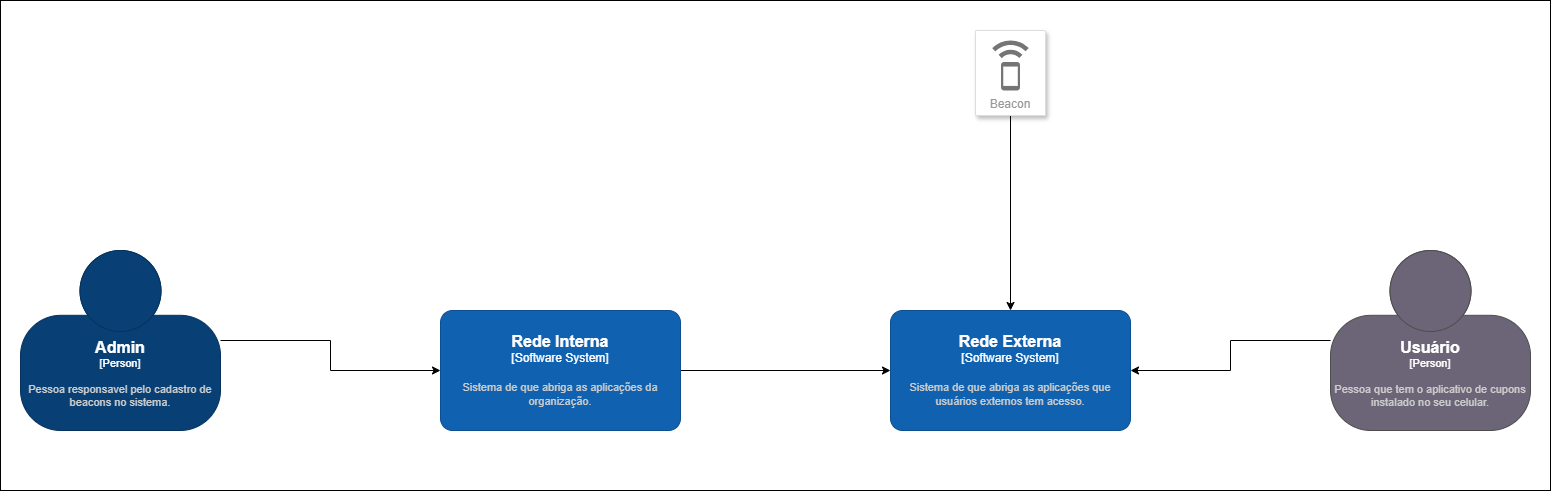
This is arquitetura-contexto.png from dickson-souza-projects/arq-soft-distrib-puc-minas-2025-java, a draw.io export, as it was before one commit. Source tidied: cells renumbered, new cells last; positions are measured from the earlier drawing's top-left corner, leaving out a move shared by most shapes. Its diagram source:
```xml
<mxGraphModel>
  <root>
    <mxCell id="0" />
    <mxCell id="1" parent="0" />
    <mxCell id="2" style="rounded=0;whiteSpace=wrap;html=1;" parent="1" vertex="1">
      <mxGeometry width="1550" height="490" as="geometry" />
    </mxCell>
    <mxCell id="3" style="edgeStyle=orthogonalEdgeStyle;rounded=0;jettySize=auto;html=1;" parent="1" edge="1" source="4" target="6">
      <mxGeometry relative="1" as="geometry" />
    </mxCell>
    <object id="4" label="&lt;font style=&quot;font-size: 16px&quot;&gt;&lt;b&gt;%c4Name%&lt;/b&gt;&lt;/font&gt;&lt;div&gt;[%c4Type%]&lt;/div&gt;&lt;br&gt;&lt;div&gt;&lt;font style=&quot;font-size: 11px&quot;&gt;&lt;font color=&quot;#cccccc&quot;&gt;%c4Description%&lt;/font&gt;&lt;/div&gt;" c4Description="Pessoa responsavel pelo cadastro de beacons no sistema." c4Name="Admin" c4Type="Person" placeholders="1">
      <mxCell style="html=1;fontSize=11;dashed=0;whiteSpace=wrap;fillColor=#083F75;strokeColor=#06315C;fontColor=#ffffff;shape=mxgraph.c4.person2;align=center;points=[[0.5,0,0],[1,0.5,0],[1,0.75,0],[0.75,1,0],[0.5,1,0],[0.25,1,0],[0,0.75,0],[0,0.5,0]];" parent="1" vertex="1">
        <mxGeometry x="20" y="250" width="200" height="180" as="geometry" />
      </mxCell>
    </object>
    <mxCell id="5" style="edgeStyle=orthogonalEdgeStyle;rounded=0;jettySize=auto;html=1;" parent="1" edge="1" source="6" target="7">
      <mxGeometry relative="1" as="geometry" />
    </mxCell>
    <object id="6" label="&lt;font style=&quot;font-size: 16px&quot;&gt;&lt;b&gt;%c4Name%&lt;/b&gt;&lt;/font&gt;&lt;div&gt;[%c4Type%]&lt;/div&gt;&lt;br&gt;&lt;div&gt;&lt;font style=&quot;font-size: 11px&quot;&gt;&lt;font color=&quot;#cccccc&quot;&gt;%c4Description%&lt;/font&gt;&lt;/div&gt;" c4Description="Sistema de que abriga as aplicações da organização." c4Name="Rede Interna" c4Type="Software System" placeholders="1">
      <mxCell style="rounded=1;whiteSpace=wrap;html=1;labelBackgroundColor=none;fillColor=#1061B0;fontColor=#ffffff;align=center;arcSize=10;strokeColor=#0D5091;points=[[0.25,0,0],[0.5,0,0],[0.75,0,0],[1,0.25,0],[1,0.5,0],[1,0.75,0],[0.75,1,0],[0.5,1,0],[0.25,1,0],[0,0.75,0],[0,0.5,0],[0,0.25,0]];" parent="1" vertex="1">
        <mxGeometry x="440" y="310" width="240" height="120" as="geometry" />
      </mxCell>
    </object>
    <object id="7" label="&lt;font style=&quot;font-size: 16px&quot;&gt;&lt;b&gt;%c4Name%&lt;/b&gt;&lt;/font&gt;&lt;div&gt;[%c4Type%]&lt;/div&gt;&lt;br&gt;&lt;div&gt;&lt;font style=&quot;font-size: 11px&quot;&gt;&lt;font color=&quot;#cccccc&quot;&gt;%c4Description%&lt;/font&gt;&lt;/div&gt;" c4Description="Sistema de que abriga as aplicações que usuários externos tem acesso." c4Name="Rede Externa" c4Type="Software System" placeholders="1">
      <mxCell style="rounded=1;whiteSpace=wrap;html=1;labelBackgroundColor=none;fillColor=#1061B0;fontColor=#ffffff;align=center;arcSize=10;strokeColor=#0D5091;points=[[0.25,0,0],[0.5,0,0],[0.75,0,0],[1,0.25,0],[1,0.5,0],[1,0.75,0],[0.75,1,0],[0.5,1,0],[0.25,1,0],[0,0.75,0],[0,0.5,0],[0,0.25,0]];" parent="1" vertex="1">
        <mxGeometry x="890" y="310" width="240" height="120" as="geometry" />
      </mxCell>
    </object>
    <mxCell id="8" style="edgeStyle=orthogonalEdgeStyle;rounded=0;jettySize=auto;html=1;" parent="1" edge="1" source="9" target="7">
      <mxGeometry relative="1" as="geometry" />
    </mxCell>
    <mxCell id="9" value="Beacon" style="strokeColor=#dddddd;shadow=1;strokeWidth=1;rounded=1;absoluteArcSize=1;arcSize=2;labelPosition=center;verticalLabelPosition=middle;align=center;verticalAlign=bottom;spacingLeft=0;fontColor=#999999;fontSize=12;whiteSpace=wrap;spacingBottom=2;html=1;" parent="1" vertex="1">
      <mxGeometry x="975" y="30" width="70" height="85" as="geometry" />
    </mxCell>
    <mxCell id="10" style="sketch=0;dashed=0;html=1;fillColor=#757575;strokeColor=none;shape=mxgraph.gcp2.beacon;" parent="9" vertex="1">
      <mxGeometry x="0.5" width="36.5" height="50" relative="1" as="geometry">
        <mxPoint x="-18.2" y="10" as="offset" />
      </mxGeometry>
    </mxCell>
    <mxCell id="11" style="edgeStyle=orthogonalEdgeStyle;rounded=0;jettySize=auto;html=1;" parent="1" edge="1" source="12" target="7">
      <mxGeometry relative="1" as="geometry" />
    </mxCell>
    <object id="12" label="&lt;font style=&quot;font-size: 16px&quot;&gt;&lt;b&gt;%c4Name%&lt;/b&gt;&lt;/font&gt;&lt;div&gt;[%c4Type%]&lt;/div&gt;&lt;br&gt;&lt;div&gt;&lt;font style=&quot;font-size: 11px&quot;&gt;&lt;font color=&quot;#cccccc&quot;&gt;%c4Description%&lt;/font&gt;&lt;/div&gt;" c4Description="Pessoa que tem o aplicativo de cupons instalado no seu celular." c4Name="Usuário" c4Type="Person" placeholders="1">
      <mxCell style="html=1;fontSize=11;dashed=0;whiteSpace=wrap;fillColor=#6C6477;strokeColor=#4D4D4D;fontColor=#ffffff;shape=mxgraph.c4.person2;align=center;points=[[0.5,0,0],[1,0.5,0],[1,0.75,0],[0.75,1,0],[0.5,1,0],[0.25,1,0],[0,0.75,0],[0,0.5,0]];" parent="1" vertex="1">
        <mxGeometry x="1330" y="250" width="200" height="180" as="geometry" />
      </mxCell>
    </object>
  </root>
</mxGraphModel>
```
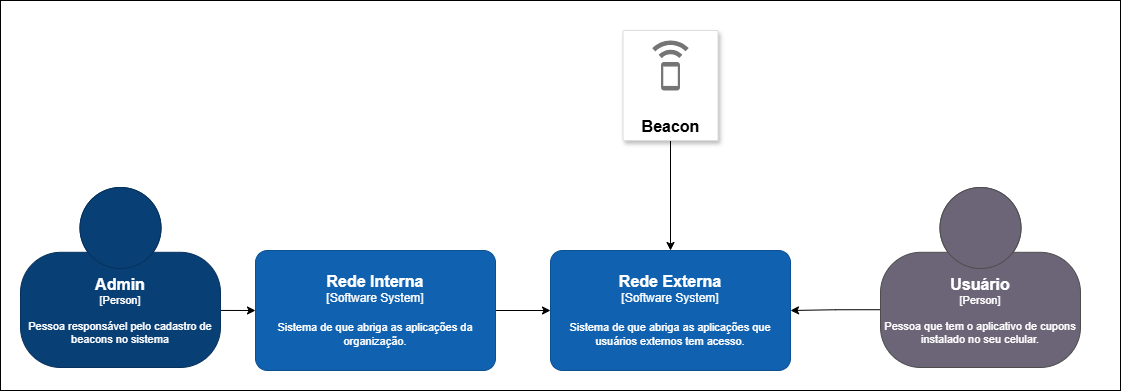
After the change.

Commit message:
Ajustes finais na cor da fonte em todos os itens e redimensionamento do layout

What changed in the source:
```diff
@@ -2,47 +2,47 @@
   <root>
     <mxCell id="0" />
     <mxCell id="1" parent="0" />
-    <mxCell id="2" style="rounded=0;whiteSpace=wrap;html=1;" parent="1" vertex="1">
-      <mxGeometry width="1550" height="490" as="geometry" />
+    <mxCell id="2" style="rounded=0;whiteSpace=wrap;html=1;fillColor=default;" parent="1" vertex="1">
+      <mxGeometry x="40" y="-100" width="1120" height="390" as="geometry" />
     </mxCell>
-    <mxCell id="3" style="edgeStyle=orthogonalEdgeStyle;rounded=0;jettySize=auto;html=1;" parent="1" edge="1" source="4" target="6">
+    <mxCell id="3" style="edgeStyle=orthogonalEdgeStyle;rounded=0;jettySize=auto;html=1;exitX=0.993;exitY=0.683;exitDx=0;exitDy=0;exitPerimeter=0;entryX=0;entryY=0.5;entryDx=0;entryDy=0;entryPerimeter=0;" parent="1" edge="1" source="4" target="6">
       <mxGeometry relative="1" as="geometry" />
     </mxCell>
-    <object id="4" label="&lt;font style=&quot;font-size: 16px&quot;&gt;&lt;b&gt;%c4Name%&lt;/b&gt;&lt;/font&gt;&lt;div&gt;[%c4Type%]&lt;/div&gt;&lt;br&gt;&lt;div&gt;&lt;font style=&quot;font-size: 11px&quot;&gt;&lt;font color=&quot;#cccccc&quot;&gt;%c4Description%&lt;/font&gt;&lt;/div&gt;" c4Description="Pessoa responsavel pelo cadastro de beacons no sistema." c4Name="Admin" c4Type="Person" placeholders="1">
-      <mxCell style="html=1;fontSize=11;dashed=0;whiteSpace=wrap;fillColor=#083F75;strokeColor=#06315C;fontColor=#ffffff;shape=mxgraph.c4.person2;align=center;points=[[0.5,0,0],[1,0.5,0],[1,0.75,0],[0.75,1,0],[0.5,1,0],[0.25,1,0],[0,0.75,0],[0,0.5,0]];" parent="1" vertex="1">
-        <mxGeometry x="20" y="250" width="200" height="180" as="geometry" />
+    <object id="4" label="&lt;font style=&quot;font-size: 16px&quot;&gt;&lt;b&gt;&lt;font color=&quot;#FFFFFF&quot;&gt;%c4Name%&lt;/font&gt;&lt;/b&gt;&lt;/font&gt;&lt;div&gt;&lt;font color=&quot;#FFFFFF&quot;&gt;[%c4Type%]&lt;/font&gt;&lt;/div&gt;&lt;br&gt;&lt;div&gt;&lt;font style=&quot;font-size: 11px&quot;&gt;&lt;font color=&quot;#FFFFFF&quot;&gt;%c4Description%&lt;/font&gt;&lt;/font&gt;&lt;/div&gt;" c4Description="Pessoa responsável pelo cadastro de beacons no sistema" c4Name="Admin" c4Type="Person" placeholders="1">
+      <mxCell style="html=1;fontSize=11;dashed=0;whiteSpace=wrap;fillColor=#083F75;strokeColor=#06315C;fontColor=#ffffff;shape=mxgraph.c4.person2;align=center;points=[[0.5,0,0],[1,0.5,0],[1,0.75,0],[0.75,1,0],[0.5,1,0],[0.25,1,0],[0,0.75,0],[0,0.5,0]];labelBackgroundColor=none;shadow=0;" parent="1" vertex="1">
+        <mxGeometry x="60" y="87" width="200" height="180" as="geometry" />
       </mxCell>
     </object>
     <mxCell id="5" style="edgeStyle=orthogonalEdgeStyle;rounded=0;jettySize=auto;html=1;" parent="1" edge="1" source="6" target="7">
       <mxGeometry relative="1" as="geometry" />
     </mxCell>
-    <object id="6" label="&lt;font style=&quot;font-size: 16px&quot;&gt;&lt;b&gt;%c4Name%&lt;/b&gt;&lt;/font&gt;&lt;div&gt;[%c4Type%]&lt;/div&gt;&lt;br&gt;&lt;div&gt;&lt;font style=&quot;font-size: 11px&quot;&gt;&lt;font color=&quot;#cccccc&quot;&gt;%c4Description%&lt;/font&gt;&lt;/div&gt;" c4Description="Sistema de que abriga as aplicações da organização." c4Name="Rede Interna" c4Type="Software System" placeholders="1">
+    <object id="6" label="&lt;font style=&quot;font-size: 16px&quot;&gt;&lt;b&gt;&lt;font color=&quot;#FFFFFF&quot;&gt;%c4Name%&lt;/font&gt;&lt;/b&gt;&lt;/font&gt;&lt;div&gt;&lt;font color=&quot;#FFFFFF&quot;&gt;[%c4Type%]&lt;/font&gt;&lt;/div&gt;&lt;br&gt;&lt;div&gt;&lt;font style=&quot;font-size: 11px&quot;&gt;&lt;font color=&quot;#FFFFFF&quot;&gt;%c4Description%&lt;/font&gt;&lt;/div&gt;" c4Description="Sistema de que abriga as aplicações da organização." c4Name="Rede Interna" c4Type="Software System" placeholders="1">
       <mxCell style="rounded=1;whiteSpace=wrap;html=1;labelBackgroundColor=none;fillColor=#1061B0;fontColor=#ffffff;align=center;arcSize=10;strokeColor=#0D5091;points=[[0.25,0,0],[0.5,0,0],[0.75,0,0],[1,0.25,0],[1,0.5,0],[1,0.75,0],[0.75,1,0],[0.5,1,0],[0.25,1,0],[0,0.75,0],[0,0.5,0],[0,0.25,0]];" parent="1" vertex="1">
-        <mxGeometry x="440" y="310" width="240" height="120" as="geometry" />
+        <mxGeometry x="295" y="150" width="240" height="120" as="geometry" />
       </mxCell>
     </object>
-    <object id="7" label="&lt;font style=&quot;font-size: 16px&quot;&gt;&lt;b&gt;%c4Name%&lt;/b&gt;&lt;/font&gt;&lt;div&gt;[%c4Type%]&lt;/div&gt;&lt;br&gt;&lt;div&gt;&lt;font style=&quot;font-size: 11px&quot;&gt;&lt;font color=&quot;#cccccc&quot;&gt;%c4Description%&lt;/font&gt;&lt;/div&gt;" c4Description="Sistema de que abriga as aplicações que usuários externos tem acesso." c4Name="Rede Externa" c4Type="Software System" placeholders="1">
+    <object id="7" label="&lt;font style=&quot;font-size: 16px&quot;&gt;&lt;b&gt;&lt;font color=&quot;#FFFFFF&quot;&gt;%c4Name%&lt;/font&gt;&lt;/b&gt;&lt;/font&gt;&lt;div&gt;&lt;font color=&quot;#FFFFFF&quot;&gt;[%c4Type%]&lt;/font&gt;&lt;/div&gt;&lt;br&gt;&lt;div&gt;&lt;font style=&quot;font-size: 11px&quot;&gt;&lt;font color=&quot;#FFFFFF&quot;&gt;%c4Description%&lt;/font&gt;&lt;/div&gt;" c4Description="Sistema de que abriga as aplicações que usuários externos tem acesso." c4Name="Rede Externa" c4Type="Software System" placeholders="1">
       <mxCell style="rounded=1;whiteSpace=wrap;html=1;labelBackgroundColor=none;fillColor=#1061B0;fontColor=#ffffff;align=center;arcSize=10;strokeColor=#0D5091;points=[[0.25,0,0],[0.5,0,0],[0.75,0,0],[1,0.25,0],[1,0.5,0],[1,0.75,0],[0.75,1,0],[0.5,1,0],[0.25,1,0],[0,0.75,0],[0,0.5,0],[0,0.25,0]];" parent="1" vertex="1">
-        <mxGeometry x="890" y="310" width="240" height="120" as="geometry" />
+        <mxGeometry x="590" y="150" width="240" height="120" as="geometry" />
       </mxCell>
     </object>
     <mxCell id="8" style="edgeStyle=orthogonalEdgeStyle;rounded=0;jettySize=auto;html=1;" parent="1" edge="1" source="9" target="7">
       <mxGeometry relative="1" as="geometry" />
     </mxCell>
-    <mxCell id="9" value="Beacon" style="strokeColor=#dddddd;shadow=1;strokeWidth=1;rounded=1;absoluteArcSize=1;arcSize=2;labelPosition=center;verticalLabelPosition=middle;align=center;verticalAlign=bottom;spacingLeft=0;fontColor=#999999;fontSize=12;whiteSpace=wrap;spacingBottom=2;html=1;" parent="1" vertex="1">
-      <mxGeometry x="975" y="30" width="70" height="85" as="geometry" />
+    <mxCell id="9" value="Beacon" style="strokeColor=#dddddd;shadow=1;strokeWidth=1;rounded=1;absoluteArcSize=1;arcSize=2;labelPosition=center;verticalLabelPosition=middle;align=center;verticalAlign=bottom;spacingLeft=0;fontColor=light-dark(#000000, #6a6a6a);fontSize=16;whiteSpace=wrap;spacingBottom=2;html=1;fontStyle=1;" parent="1" vertex="1">
+      <mxGeometry x="662.5" y="-70" width="95" height="110" as="geometry" />
     </mxCell>
     <mxCell id="10" style="sketch=0;dashed=0;html=1;fillColor=#757575;strokeColor=none;shape=mxgraph.gcp2.beacon;" parent="9" vertex="1">
       <mxGeometry x="0.5" width="36.5" height="50" relative="1" as="geometry">
         <mxPoint x="-18.2" y="10" as="offset" />
       </mxGeometry>
     </mxCell>
-    <mxCell id="11" style="edgeStyle=orthogonalEdgeStyle;rounded=0;jettySize=auto;html=1;" parent="1" edge="1" source="12" target="7">
+    <mxCell id="11" style="edgeStyle=orthogonalEdgeStyle;rounded=0;jettySize=auto;html=1;entryX=1;entryY=0.5;entryDx=0;entryDy=0;entryPerimeter=0;exitX=0.012;exitY=0.679;exitDx=0;exitDy=0;exitPerimeter=0;" parent="1" edge="1" source="12" target="7">
       <mxGeometry relative="1" as="geometry" />
     </mxCell>
-    <object id="12" label="&lt;font style=&quot;font-size: 16px&quot;&gt;&lt;b&gt;%c4Name%&lt;/b&gt;&lt;/font&gt;&lt;div&gt;[%c4Type%]&lt;/div&gt;&lt;br&gt;&lt;div&gt;&lt;font style=&quot;font-size: 11px&quot;&gt;&lt;font color=&quot;#cccccc&quot;&gt;%c4Description%&lt;/font&gt;&lt;/div&gt;" c4Description="Pessoa que tem o aplicativo de cupons instalado no seu celular." c4Name="Usuário" c4Type="Person" placeholders="1">
+    <object id="12" label="&lt;font style=&quot;font-size: 16px&quot;&gt;&lt;b&gt;&lt;font color=&quot;#FFFFFF&quot;&gt;%c4Name%&lt;/font&gt;&lt;/b&gt;&lt;/font&gt;&lt;div&gt;&lt;font color=&quot;#FFFFFF&quot;&gt;[%c4Type%]&lt;/font&gt;&lt;/div&gt;&lt;br&gt;&lt;div&gt;&lt;font style=&quot;font-size: 11px&quot;&gt;&lt;font color=&quot;#FFFFFF&quot;&gt;%c4Description%&lt;/font&gt;&lt;/div&gt;" c4Description="Pessoa que tem o aplicativo de cupons instalado no seu celular." c4Name="Usuário" c4Type="Person" placeholders="1">
       <mxCell style="html=1;fontSize=11;dashed=0;whiteSpace=wrap;fillColor=#6C6477;strokeColor=#4D4D4D;fontColor=#ffffff;shape=mxgraph.c4.person2;align=center;points=[[0.5,0,0],[1,0.5,0],[1,0.75,0],[0.75,1,0],[0.5,1,0],[0.25,1,0],[0,0.75,0],[0,0.5,0]];" parent="1" vertex="1">
-        <mxGeometry x="1330" y="250" width="200" height="180" as="geometry" />
+        <mxGeometry x="920" y="87" width="200" height="180" as="geometry" />
       </mxCell>
     </object>
   </root>
```
